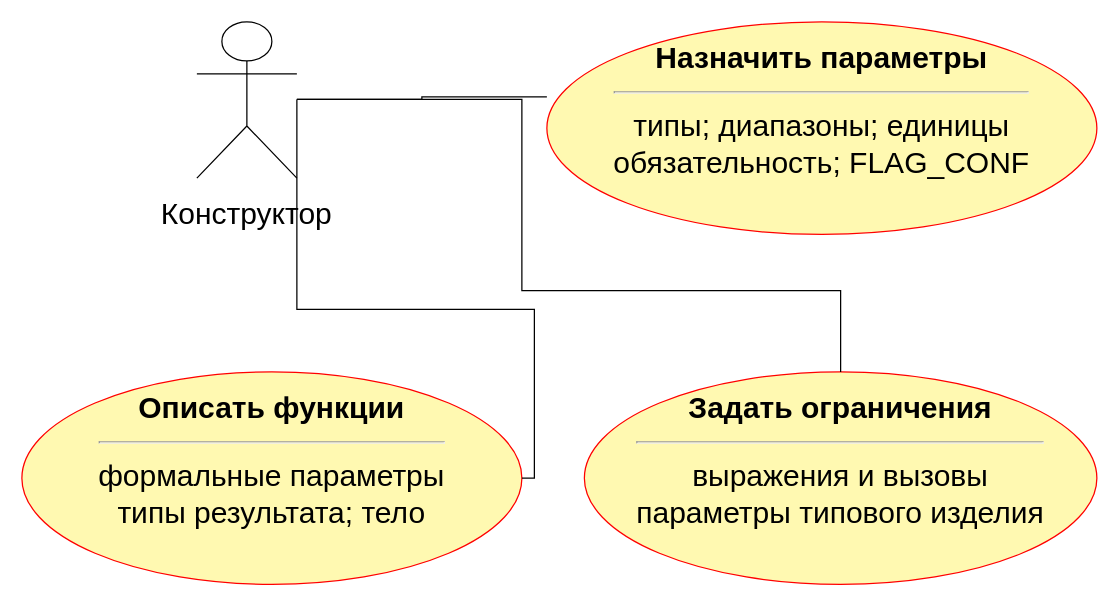
Earlier version of the draw.io diagram utils/lab7/diagrams/01_usecase_setup.drawio (10xtheo/mispris-sem7). Source tidied: cells renumbered, new cells numbered last; positions are measured from the earlier drawing's top-left corner, leaving out a move shared by most shapes. Both pictures are drawn from the tidied source at 125%, with x=0, y=0 at pixel (21, 21).
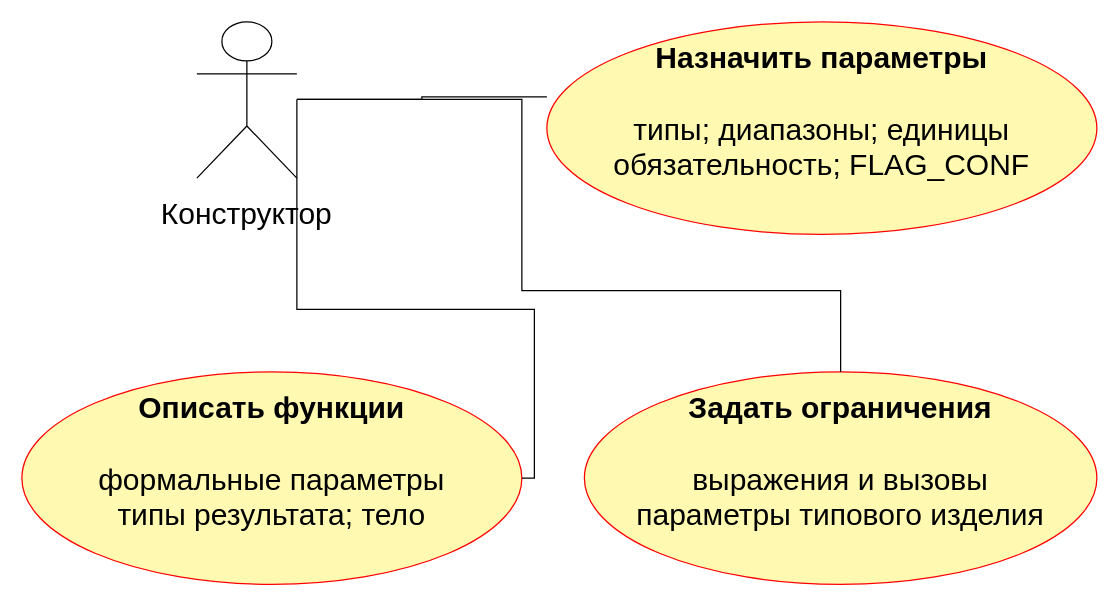
After the change.

Diff of the diagram source:
```diff
@@
 <mxGraphModel>
   <root>
     <mxCell id="0" />
     <mxCell id="1" parent="0" />
     <mxCell id="2" value="Конструктор" style="rounded=0;whiteSpace=wrap;html=1;align=center;verticalAlign=top;fontFamily=Arial;fontSize=24;spacing=10;fillColor=#ffffff;strokeColor=#000000;shape=umlActor;verticalLabelPosition=bottom;labelPosition=center;labelWidth=360;" parent="1" vertex="1">
       <mxGeometry x="140" width="80" height="125" as="geometry" />
     </mxCell>
-    <mxCell id="3" value="&lt;b&gt;Назначить параметры&lt;/b&gt;&lt;hr&gt;типы; диапазоны; единицы&lt;br&gt;обязательность; FLAG_CONF" style="rounded=0;whiteSpace=wrap;html=1;align=center;verticalAlign=top;fontFamily=Arial;fontSize=24;spacing=10;fillColor=#ffffff;strokeColor=#000000;shape=ellipse;align=center;fillColor=#fff9b1;strokeColor=#ff0000;" parent="1" vertex="1">
+    <mxCell id="3" value="&lt;b&gt;Назначить параметры&lt;/b&gt;&lt;br&gt;&lt;br&gt;типы; диапазоны; единицы&lt;br&gt;обязательность; FLAG_CONF" style="rounded=0;whiteSpace=wrap;html=1;align=center;verticalAlign=top;fontFamily=Arial;fontSize=24;spacing=10;fillColor=#ffffff;strokeColor=#000000;shape=ellipse;align=center;fillColor=#fff9b1;strokeColor=#ff0000;" parent="1" vertex="1">
       <mxGeometry x="420" width="440" height="170" as="geometry" />
     </mxCell>
-    <mxCell id="4" value="&lt;b&gt;Описать функции&lt;/b&gt;&lt;hr&gt;формальные параметры&lt;br&gt;типы результата; тело" style="rounded=0;whiteSpace=wrap;html=1;align=center;verticalAlign=top;fontFamily=Arial;fontSize=24;spacing=10;fillColor=#ffffff;strokeColor=#000000;shape=ellipse;align=center;fillColor=#fff9b1;strokeColor=#ff0000;" parent="1" vertex="1">
+    <mxCell id="4" value="&lt;b&gt;Описать функции&lt;/b&gt;&lt;br&gt;&lt;br&gt;формальные параметры&lt;br&gt;типы результата; тело" style="rounded=0;whiteSpace=wrap;html=1;align=center;verticalAlign=top;fontFamily=Arial;fontSize=24;spacing=10;fillColor=#ffffff;strokeColor=#000000;shape=ellipse;align=center;fillColor=#fff9b1;strokeColor=#ff0000;" parent="1" vertex="1">
       <mxGeometry y="280" width="400" height="170" as="geometry" />
     </mxCell>
-    <mxCell id="5" value="&lt;b&gt;Задать ограничения&lt;/b&gt;&lt;hr&gt;выражения и вызовы&lt;br&gt;параметры типового изделия" style="rounded=0;whiteSpace=wrap;html=1;align=center;verticalAlign=top;fontFamily=Arial;fontSize=24;spacing=10;fillColor=#ffffff;strokeColor=#000000;shape=ellipse;align=center;fillColor=#fff9b1;strokeColor=#ff0000;" parent="1" vertex="1">
+    <mxCell id="5" value="&lt;b&gt;Задать ограничения&lt;/b&gt;&lt;br&gt;&lt;br&gt;выражения и вызовы&lt;br&gt;параметры типового изделия" style="rounded=0;whiteSpace=wrap;html=1;align=center;verticalAlign=top;fontFamily=Arial;fontSize=24;spacing=10;fillColor=#ffffff;strokeColor=#000000;shape=ellipse;align=center;fillColor=#fff9b1;strokeColor=#ff0000;" parent="1" vertex="1">
       <mxGeometry x="450" y="280" width="410" height="170" as="geometry" />
     </mxCell>
     <mxCell id="6" style="edgeStyle=orthogonalEdgeStyle;rounded=0;html=1;endArrow=open;fontFamily=Arial;fontSize=24;labelBackgroundColor=#ffffff;exitX=1.0;exitY=0.496;entryX=0.020317249214364674;entryY=0.3589168380042249;endArrow=none;" parent="1" edge="1" source="2" target="3">
       <mxGeometry relative="1" as="geometry" />
     </mxCell>
     <mxCell id="7" style="edgeStyle=orthogonalEdgeStyle;rounded=0;html=1;endArrow=open;fontFamily=Arial;fontSize=24;labelBackgroundColor=#ffffff;exitX=1.0;exitY=0.496;entryX=1.0;entryY=0.5;endArrow=none;" parent="1" edge="1" source="2" target="4">
       <mxGeometry relative="1" as="geometry">
         <Array as="points">
           <mxPoint x="410" y="230" />
           <mxPoint x="410" y="365" />
         </Array>
       </mxGeometry>
     </mxCell>
     <mxCell id="8" style="edgeStyle=orthogonalEdgeStyle;rounded=0;html=1;endArrow=open;fontFamily=Arial;fontSize=24;labelBackgroundColor=#ffffff;exitX=1.0;exitY=0.496;entryX=0.5;entryY=0.0;endArrow=none;" parent="1" edge="1" source="2" target="5">
       <mxGeometry relative="1" as="geometry">
         <Array as="points">
           <mxPoint x="400" y="215" />
           <mxPoint x="655" y="215" />
         </Array>
       </mxGeometry>
     </mxCell>
   </root>
 </mxGraphModel>
```
